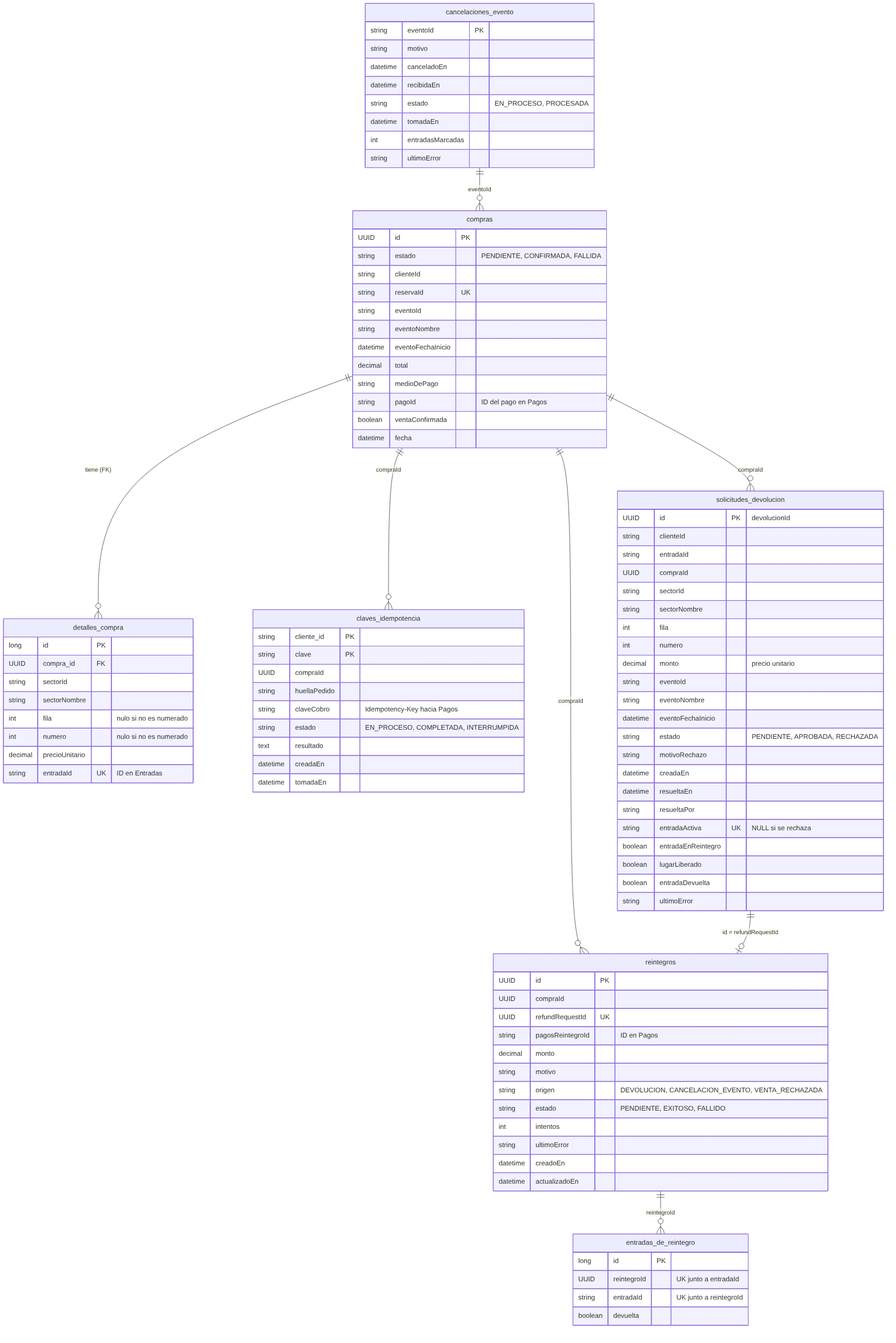
mailenramos/Trabajo-Practico-Especial keeps this Mermaid diagram as docs/diagramas-ms3/er-ms3.png. Above is the earlier version. Its source is kept beside it as docs/diagramas-ms3/er-ms3.mmd. Source of this version:
```mermaid
erDiagram
    compras ||--o{ detalles_compra : "tiene (FK)"
    compras ||--o{ claves_idempotencia : "compraId"
    compras ||--o{ solicitudes_devolucion : "compraId"
    compras ||--o{ reintegros : "compraId"
    solicitudes_devolucion ||--o| reintegros : "id = refundRequestId"
    reintegros ||--o{ entradas_de_reintegro : "reintegroId"
    cancelaciones_evento ||--o{ compras : "eventoId"

    compras {
        UUID id PK
        string estado "PENDIENTE, CONFIRMADA, FALLIDA"
        string clienteId
        string reservaId UK
        string eventoId
        string eventoNombre
        datetime eventoFechaInicio
        decimal total
        string medioDePago
        string pagoId "ID del pago en Pagos"
        boolean ventaConfirmada
        datetime fecha
    }
    detalles_compra {
        long id PK
        UUID compra_id FK
        string sectorId
        string sectorNombre
        int fila "nulo si no es numerado"
        int numero "nulo si no es numerado"
        decimal precioUnitario
        string entradaId UK "ID en Entradas"
    }
    claves_idempotencia {
        string cliente_id PK
        string clave PK
        UUID compraId
        string huellaPedido
        string claveCobro "Idempotency-Key hacia Pagos"
        string estado "EN_PROCESO, COMPLETADA, INTERRUMPIDA"
        text resultado
        datetime creadaEn
        datetime tomadaEn
    }
    solicitudes_devolucion {
        UUID id PK "devolucionId"
        string clienteId
        string entradaId
        UUID compraId
        string sectorId
        string sectorNombre
        int fila
        int numero
        decimal monto "precio unitario"
        string eventoId
        string eventoNombre
        datetime eventoFechaInicio
        string estado "PENDIENTE, APROBADA, RECHAZADA"
        string motivoRechazo
        datetime creadaEn
        datetime resueltaEn
        string resueltaPor
        string entradaActiva UK "NULL si se rechaza"
        boolean entradaEnReintegro
        boolean lugarLiberado
        boolean entradaDevuelta
        string ultimoError
    }
    reintegros {
        UUID id PK
        UUID compraId
        UUID refundRequestId UK
        string pagosReintegroId "ID en Pagos"
        decimal monto
        string motivo
        string origen "DEVOLUCION, CANCELACION_EVENTO, VENTA_RECHAZADA"
        string estado "PENDIENTE, EXITOSO, FALLIDO"
        int intentos
        string ultimoError
        datetime creadoEn
        datetime actualizadoEn
    }
    entradas_de_reintegro {
        long id PK
        UUID reintegroId "UK junto a entradaId"
        string entradaId "UK junto a reintegroId"
        boolean devuelta
    }
    cancelaciones_evento {
        string eventoId PK
        string motivo
        datetime canceladoEn
        datetime recibidaEn
        string estado "EN_PROCESO, PROCESADA"
        datetime tomadaEn
        int entradasMarcadas
        string ultimoError
    }
```
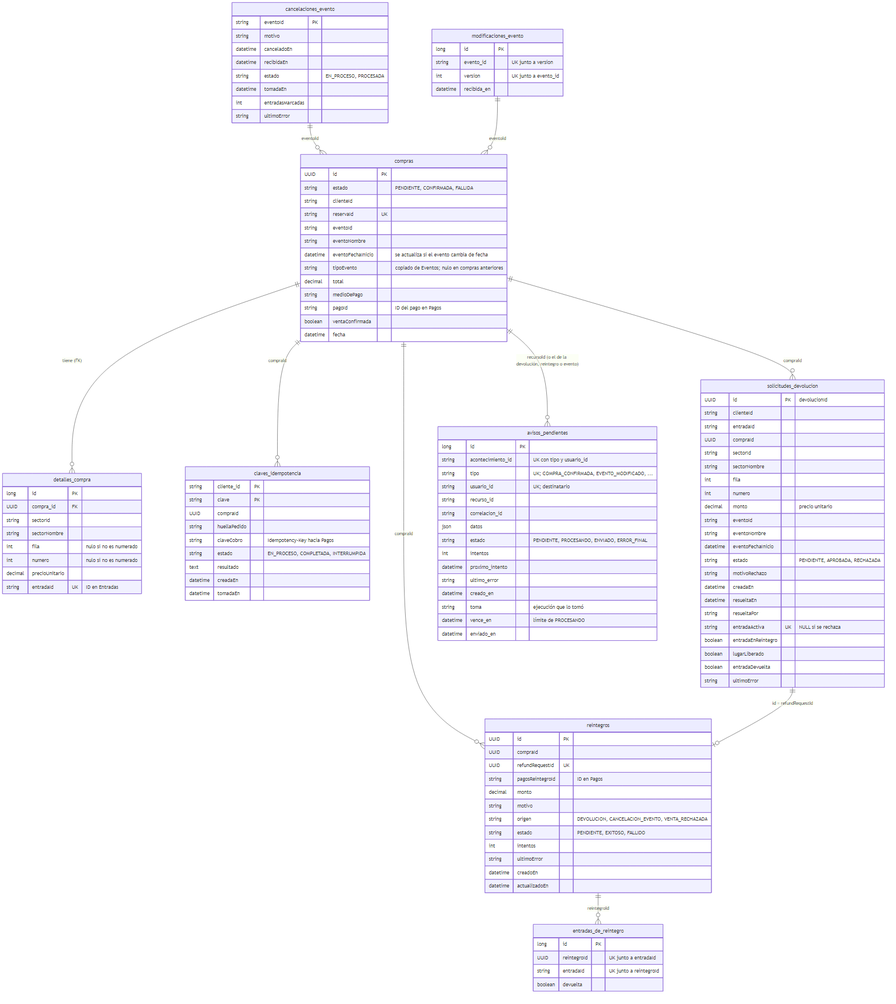
After the commit.

The edit, as a diff of the source:
```diff
@@ -6,6 +6,8 @@
     solicitudes_devolucion ||--o| reintegros : "id = refundRequestId"
     reintegros ||--o{ entradas_de_reintegro : "reintegroId"
     cancelaciones_evento ||--o{ compras : "eventoId"
+    modificaciones_evento ||--o{ compras : "eventoId"
+    compras ||--o{ avisos_pendientes : "recursoId (o el de la devolución, reintegro o evento)"
 
     compras {
         UUID id PK
@@ -14,7 +16,8 @@
         string reservaId UK
         string eventoId
         string eventoNombre
-        datetime eventoFechaInicio
+        datetime eventoFechaInicio "se actualiza si el evento cambia de fecha"
+        string tipoEvento "copiado de Eventos; nulo en compras anteriores"
         decimal total
         string medioDePago
         string pagoId "ID del pago en Pagos"
@@ -96,3 +99,26 @@
         int entradasMarcadas
         string ultimoError
     }
+    modificaciones_evento {
+        long id PK
+        string evento_id "UK junto a version"
+        int version "UK junto a evento_id"
+        datetime recibida_en
+    }
+    avisos_pendientes {
+        long id PK
+        string acontecimiento_id "UK con tipo y usuario_id"
+        string tipo "UK; COMPRA_CONFIRMADA, EVENTO_MODIFICADO, ..."
+        string usuario_id "UK; destinatario"
+        string recurso_id
+        string correlacion_id
+        json datos
+        string estado "PENDIENTE, PROCESANDO, ENVIADO, ERROR_FINAL"
+        int intentos
+        datetime proximo_intento
+        string ultimo_error
+        datetime creado_en
+        string toma "ejecución que lo tomó"
+        datetime vence_en "límite de PROCESANDO"
+        datetime enviado_en
+    }
```
